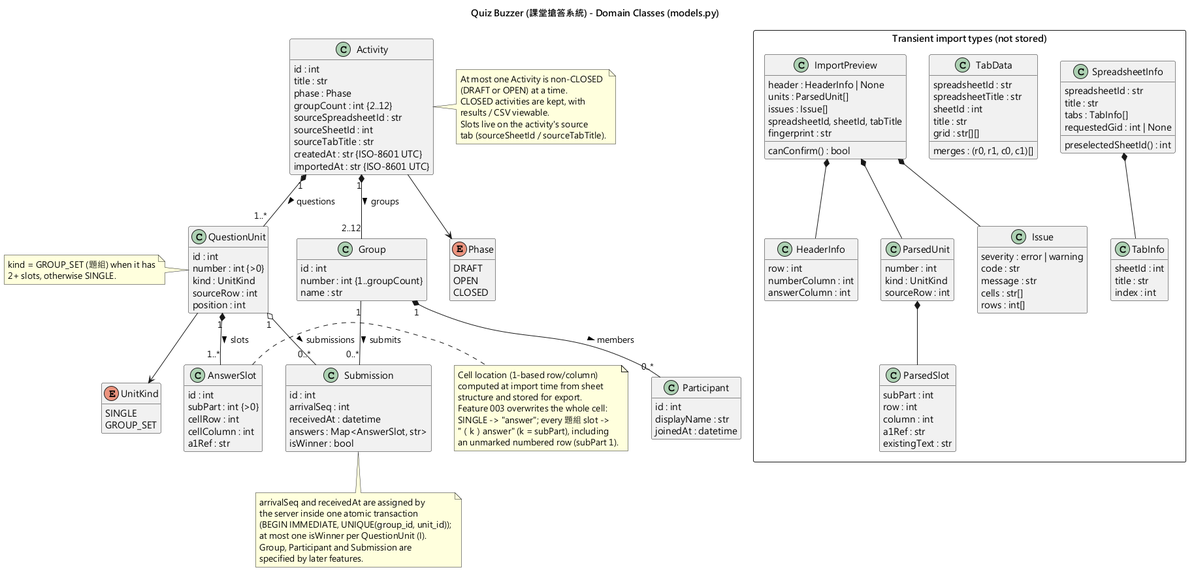
The PlantUML diagram diagrams/domain-class.png in WasabiSaikou/quiz-buzzer, before a commit.
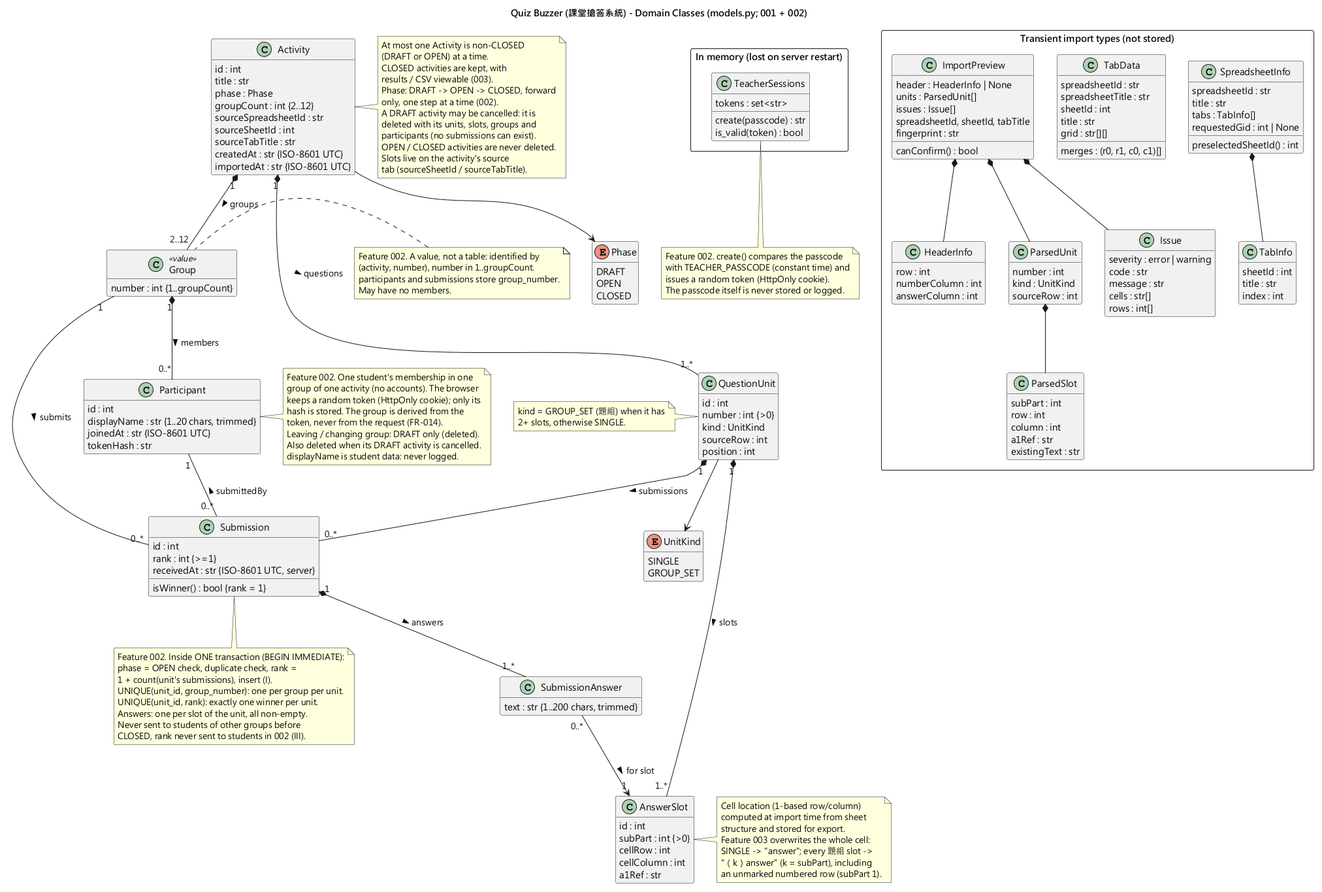
Above is the later version.

The edit, as a diff of the source:
```diff
@@ -1,5 +1,5 @@
 @startuml domain-class
-title Quiz Buzzer (課堂搶答系統) - Domain Classes (models.py)
+title Quiz Buzzer (課堂搶答系統) - Domain Classes (models.py; 001 + 002)
 
 skinparam shadowing false
 skinparam defaultFontName "Microsoft JhengHei"
@@ -44,32 +44,37 @@
   a1Ref : str
 }
 
-class Group {
-  id : int
+class Group <<value>> {
   number : int {1..groupCount}
-  name : str
 }
 
 class Participant {
   id : int
-  displayName : str
-  joinedAt : datetime
+  displayName : str {1..20 chars, trimmed}
+  joinedAt : str {ISO-8601 UTC}
+  tokenHash : str
 }
 
 class Submission {
   id : int
-  arrivalSeq : int
-  receivedAt : datetime
-  answers : Map<AnswerSlot, str>
-  isWinner : bool
+  rank : int {>=1}
+  receivedAt : str {ISO-8601 UTC, server}
+  isWinner() : bool {rank = 1}
+}
+
+class SubmissionAnswer {
+  text : str {1..200 chars, trimmed}
 }
 
 Activity "1" *-- "1..*" QuestionUnit : questions >
 QuestionUnit "1" *-- "1..*" AnswerSlot : slots >
 Activity "1" *-- "2..12" Group : groups >
 Group "1" *-- "0..*" Participant : members >
-QuestionUnit "1" o-- "0..*" Submission : submissions >
+QuestionUnit "1" *-- "0..*" Submission : submissions >
 Group "1" -- "0..*" Submission : submits >
+Participant "1" -- "0..*" Submission : submittedBy <
+Submission "1" *-- "1..*" SubmissionAnswer : answers >
+SubmissionAnswer "0..*" --> "1" AnswerSlot : for slot >
 Activity --> Phase
 QuestionUnit --> UnitKind
 
@@ -77,7 +82,13 @@
   At most one Activity is non-CLOSED
   (DRAFT or OPEN) at a time.
   CLOSED activities are kept, with
-  results / CSV viewable.
+  results / CSV viewable (003).
+  Phase: DRAFT -> OPEN -> CLOSED, forward
+  only, one step at a time (002).
+  A DRAFT activity may be cancelled: it is
+  deleted with its units, slots, groups and
+  participants (no submissions can exist).
+  OPEN / CLOSED activities are never deleted.
   Slots live on the activity's source
   tab (sourceSheetId / sourceTabTitle).
 end note
@@ -93,12 +104,32 @@
 end note
 
 note bottom of Submission
-  arrivalSeq and receivedAt are assigned by
-  the server inside one atomic transaction
-  (BEGIN IMMEDIATE, UNIQUE(group_id, unit_id));
-  at most one isWinner per QuestionUnit (I).
-  Group, Participant and Submission are
-  specified by later features.
+  Feature 002. Inside ONE transaction (BEGIN IMMEDIATE):
+  phase = OPEN check, duplicate check, rank =
+  1 + count(unit's submissions), insert (I).
+  UNIQUE(unit_id, group_number): one per group per unit.
+  UNIQUE(unit_id, rank): exactly one winner per unit.
+  Answers: one per slot of the unit, all non-empty.
+  Never sent to students of other groups before
+  CLOSED, rank never sent to students in 002 (III).
+end note
+
+note right of Participant
+  Feature 002. One student's membership in one
+  group of one activity (no accounts). The browser
+  keeps a random token (HttpOnly cookie); only its
+  hash is stored. The group is derived from the
+  token, never from the request (FR-014).
+  Leaving / changing group: DRAFT only (deleted).
+  Also deleted when its DRAFT activity is cancelled.
+  displayName is student data: never logged.
+end note
+
+note left of Group
+  Feature 002. A value, not a table: identified by
+  (activity, number), number in 1..groupCount.
+  participants and submissions store group_number.
+  May have no members.
 end note
 
 note left of QuestionUnit
@@ -166,4 +197,19 @@
 ImportPreview *-- ParsedUnit
 ImportPreview *-- Issue
 ParsedUnit *-- ParsedSlot
+
+package "In memory (lost on server restart)" <<Rectangle>> {
+  class TeacherSessions {
+    tokens : set<str>
+    create(passcode) : str
+    is_valid(token) : bool
+  }
+}
+
+note bottom of TeacherSessions
+  Feature 002. create() compares the passcode
+  with TEACHER_PASSCODE (constant time) and
+  issues a random token (HttpOnly cookie).
+  The passcode itself is never stored or logged.
+end note
 @enduml
```
